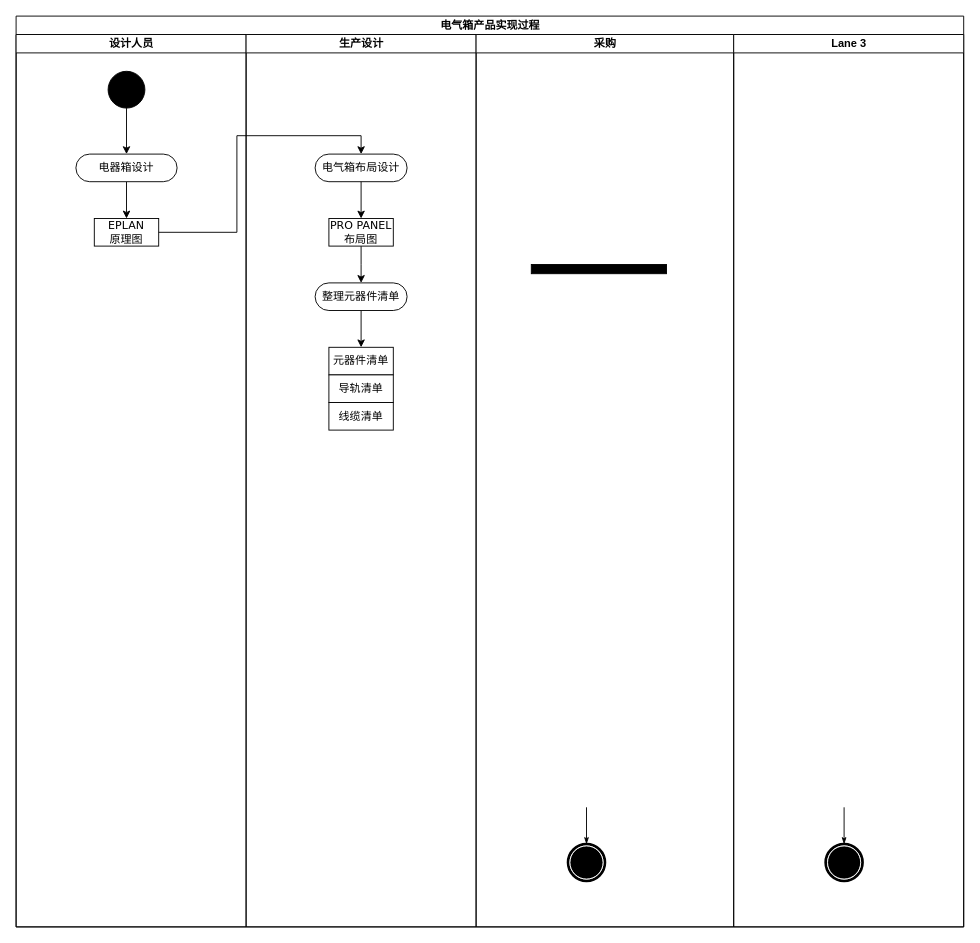
csroderek/drawio keeps this draw.io diagram as 未命名绘图.drawio. Above is the earlier version. Source tidied: cells renumbered, new cells numbered last; positions are measured from the earlier drawing's top-left corner, leaving out a move shared by most shapes. Both pictures are drawn from the tidied source at 92%, with x=0, y=0 at pixel (16, 16).
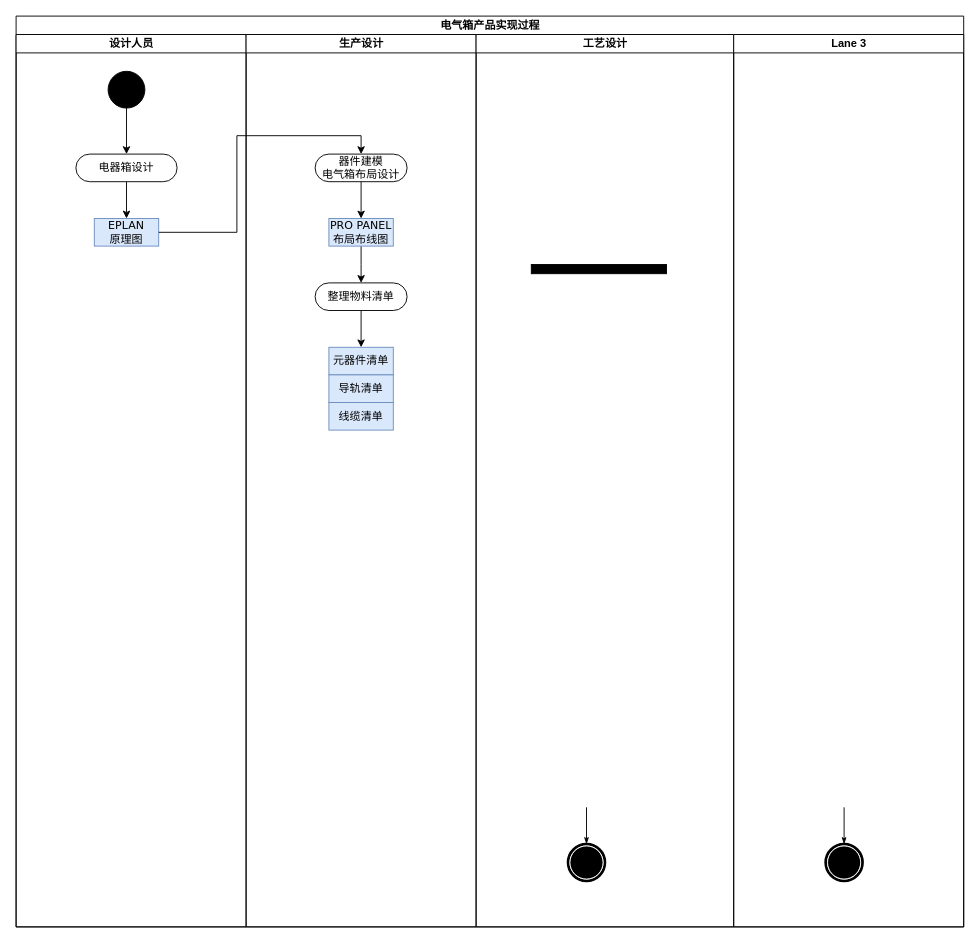
Above is the later version.

Commit message (it also covers changes not shown here):
更新未命名绘图.drawio

The change refers to these unchanged cells:
```xml
<mxCell id="2" value="电气箱产品实现过程" style="swimlane;html=1;startSize=20;rounded=0;shadow=0;comic=0;labelBackgroundColor=none;strokeWidth=1;fontFamily=Verdana;fontSize=12;align=center;" parent="1" vertex="1">
  <mxGeometry width="1030" height="990" as="geometry" />
</mxCell>
<mxCell id="3" value="设计人员" style="swimlane;html=1;startSize=20;" parent="2" vertex="1">
  <mxGeometry y="20" width="250" height="970" as="geometry" />
</mxCell>
<mxCell id="9" value="生产设计" style="swimlane;html=1;startSize=20;" parent="2" vertex="1">
  <mxGeometry x="250" y="20" width="250" height="970" as="geometry" />
</mxCell>
```

Diff of the diagram source:
```diff
@@
-    <mxCell id="8" value="EPLAN&lt;br&gt;原理图" style="rounded=0;whiteSpace=wrap;html=1;shadow=0;comic=0;labelBackgroundColor=none;strokeWidth=1;fontFamily=Verdana;fontSize=12;align=center;arcSize=50;" parent="3" vertex="1">
+    <mxCell id="8" value="EPLAN&lt;br&gt;原理图" style="rounded=0;whiteSpace=wrap;html=1;shadow=0;comic=0;labelBackgroundColor=none;strokeWidth=1;fontFamily=Verdana;fontSize=12;align=center;arcSize=50;fillColor=#dae8fc;strokeColor=#6c8ebf;" parent="3" vertex="1">
       <mxGeometry x="85" y="200" width="70" height="30" as="geometry" />
     </mxCell>
@@
-    <mxCell id="10" value="元器件清单" style="rounded=0;whiteSpace=wrap;html=1;shadow=0;comic=0;labelBackgroundColor=none;strokeWidth=1;fontFamily=Verdana;fontSize=12;align=center;arcSize=50;" parent="9" vertex="1">
+    <mxCell id="10" value="元器件清单" style="rounded=0;whiteSpace=wrap;html=1;shadow=0;comic=0;labelBackgroundColor=none;strokeWidth=1;fontFamily=Verdana;fontSize=12;align=center;arcSize=50;fillColor=#dae8fc;strokeColor=#6c8ebf;" parent="9" vertex="1">
       <mxGeometry x="90" y="340" width="70" height="30" as="geometry" />
     </mxCell>
@@
-    <mxCell id="12" value="整理元器件清单" style="rounded=1;whiteSpace=wrap;html=1;shadow=0;comic=0;labelBackgroundColor=none;strokeWidth=1;fontFamily=Verdana;fontSize=12;align=center;arcSize=50;" parent="9" vertex="1">
+    <mxCell id="12" value="整理物料清单" style="rounded=1;whiteSpace=wrap;html=1;shadow=0;comic=0;labelBackgroundColor=none;strokeWidth=1;fontFamily=Verdana;fontSize=12;align=center;arcSize=50;" parent="9" vertex="1">
       <mxGeometry x="75" y="270" width="100" height="30" as="geometry" />
     </mxCell>
-    <mxCell id="13" value="导轨清单" style="rounded=0;whiteSpace=wrap;html=1;shadow=0;comic=0;labelBackgroundColor=none;strokeWidth=1;fontFamily=Verdana;fontSize=12;align=center;arcSize=50;" parent="9" vertex="1">
+    <mxCell id="13" value="导轨清单" style="rounded=0;whiteSpace=wrap;html=1;shadow=0;comic=0;labelBackgroundColor=none;strokeWidth=1;fontFamily=Verdana;fontSize=12;align=center;arcSize=50;fillColor=#dae8fc;strokeColor=#6c8ebf;" parent="9" vertex="1">
       <mxGeometry x="90" y="370" width="70" height="30" as="geometry" />
     </mxCell>
-    <mxCell id="14" value="线缆清单" style="rounded=0;whiteSpace=wrap;html=1;shadow=0;comic=0;labelBackgroundColor=none;strokeWidth=1;fontFamily=Verdana;fontSize=12;align=center;arcSize=50;" parent="9" vertex="1">
+    <mxCell id="14" value="线缆清单" style="rounded=0;whiteSpace=wrap;html=1;shadow=0;comic=0;labelBackgroundColor=none;strokeWidth=1;fontFamily=Verdana;fontSize=12;align=center;arcSize=50;fillColor=#dae8fc;strokeColor=#6c8ebf;" parent="9" vertex="1">
       <mxGeometry x="90" y="400" width="70" height="30" as="geometry" />
     </mxCell>
-    <mxCell id="15" value="电气箱布局设计" style="rounded=1;whiteSpace=wrap;html=1;shadow=0;comic=0;labelBackgroundColor=none;strokeWidth=1;fontFamily=Verdana;fontSize=12;align=center;arcSize=50;" parent="9" vertex="1">
+    <mxCell id="15" value="器件建模&lt;br&gt;电气箱布局设计" style="rounded=1;whiteSpace=wrap;html=1;shadow=0;comic=0;labelBackgroundColor=none;strokeWidth=1;fontFamily=Verdana;fontSize=12;align=center;arcSize=50;" parent="9" vertex="1">
       <mxGeometry x="75" y="130" width="100" height="30" as="geometry" />
     </mxCell>
@@
-    <mxCell id="17" value="PRO PANEL&lt;br&gt;布局图" style="rounded=0;whiteSpace=wrap;html=1;shadow=0;comic=0;labelBackgroundColor=none;strokeWidth=1;fontFamily=Verdana;fontSize=12;align=center;arcSize=50;" parent="9" vertex="1">
+    <mxCell id="17" value="PRO PANEL&lt;br&gt;布局布线图" style="rounded=0;whiteSpace=wrap;html=1;shadow=0;comic=0;labelBackgroundColor=none;strokeWidth=1;fontFamily=Verdana;fontSize=12;align=center;arcSize=50;fillColor=#dae8fc;strokeColor=#6c8ebf;" parent="9" vertex="1">
       <mxGeometry x="90" y="200" width="70" height="30" as="geometry" />
     </mxCell>
@@
-    <mxCell id="19" value="采购" style="swimlane;html=1;startSize=20;" parent="2" vertex="1">
+    <mxCell id="19" value="工艺设计" style="swimlane;html=1;startSize=20;" parent="2" vertex="1">
       <mxGeometry x="500" y="20" width="280" height="970" as="geometry" />
     </mxCell>
```
